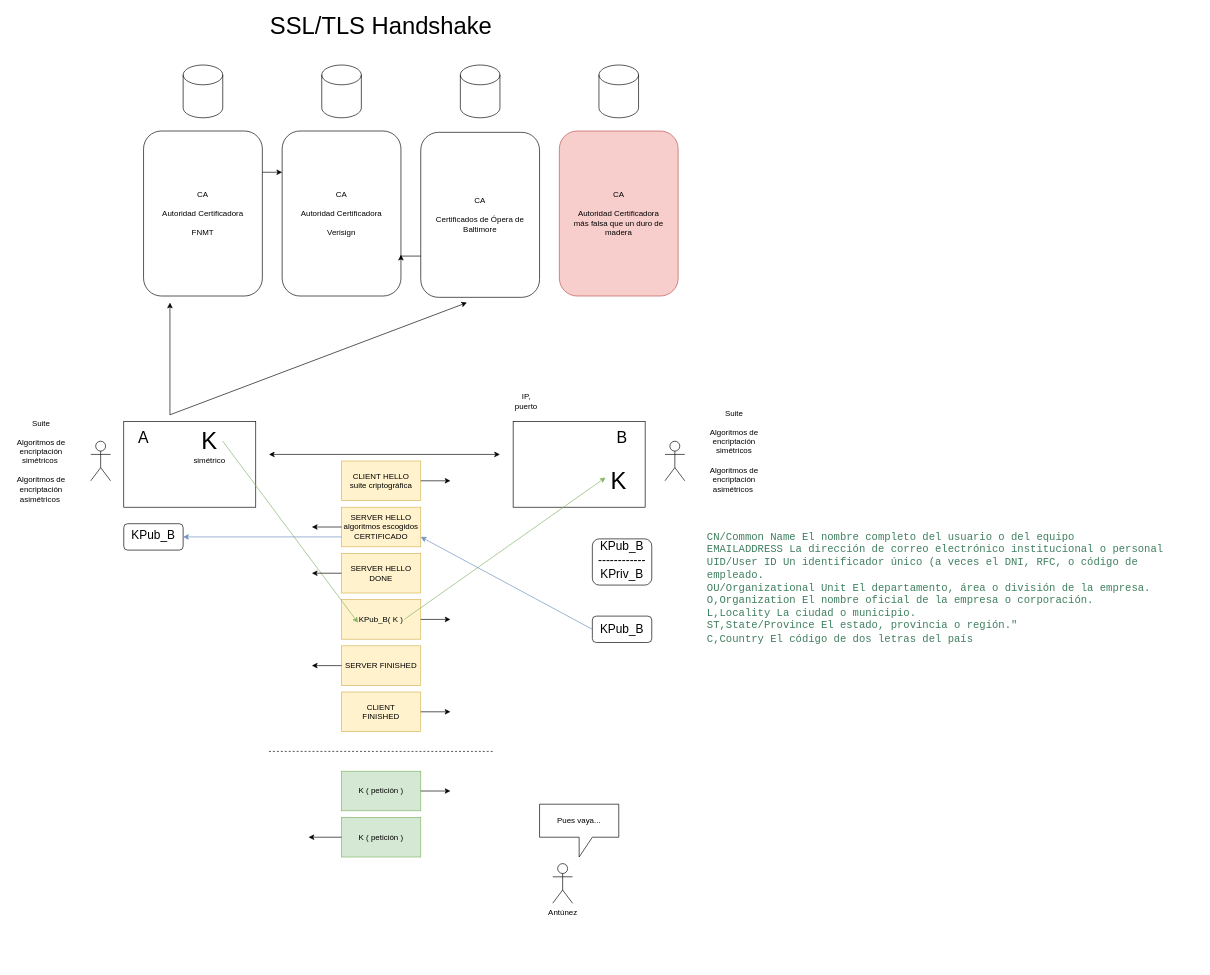
Above: page "Página-18" (15 of 34) of seguridad.drawio in lrag/seguridad_java (draw.io), before the change. Source tidied: cells renumbered, new cells numbered last; positions are measured from the earlier drawing's top-left corner, leaving out a move shared by most shapes. Both pictures are drawn from the tidied source at 66%, with x=0, y=0 at pixel (11, 18).
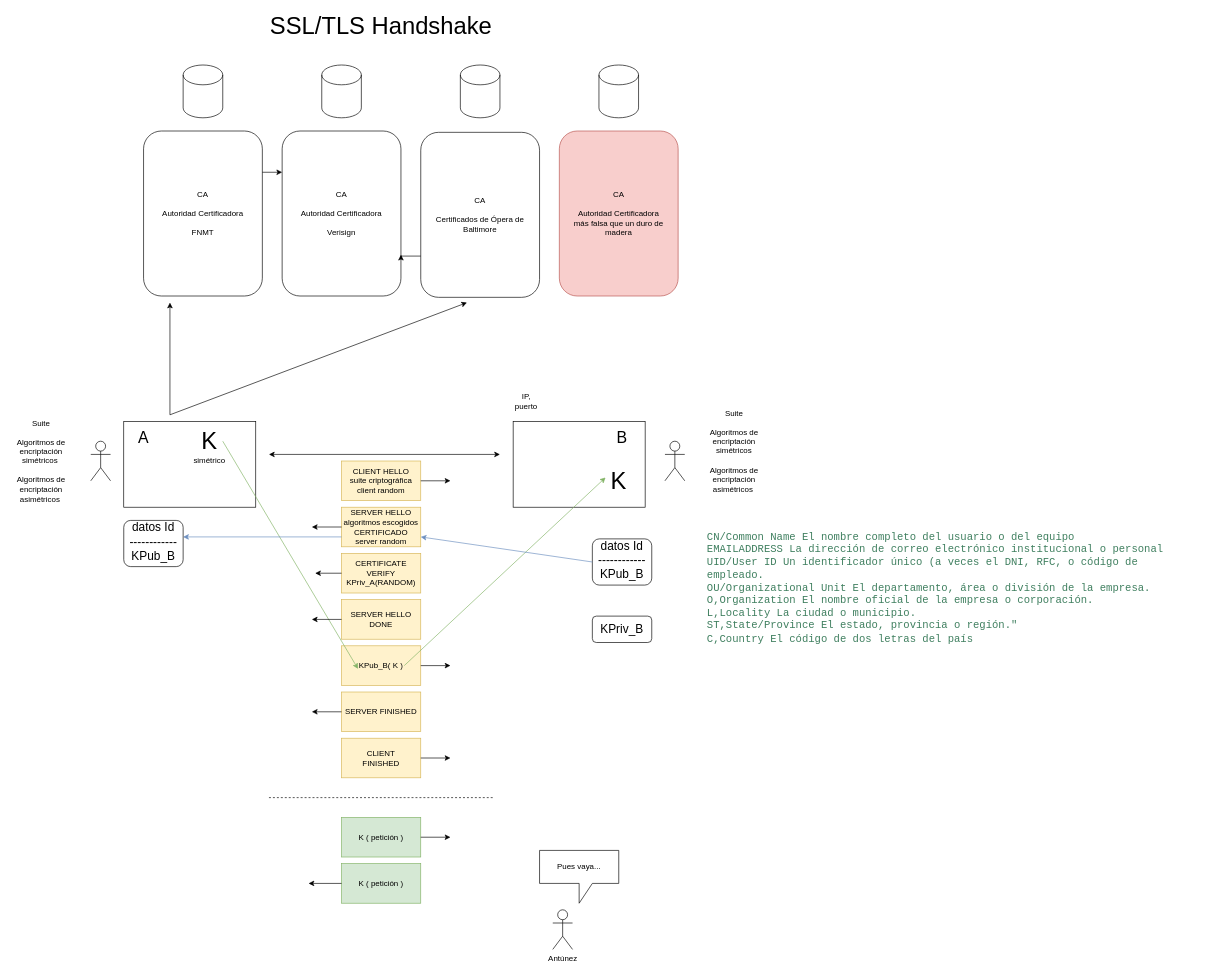
After the change.

The change refers to these unchanged cells:
```xml
<mxCell id="24" style="rounded=1;whiteSpace=wrap;html=1;fillColor=none;" parent="1" vertex="1">
  <mxGeometry x="880" y="788" width="90" height="70" as="geometry" />
</mxCell>
<mxCell id="26" style="rounded=1;whiteSpace=wrap;html=1;fillColor=none;" parent="1" vertex="1">
  <mxGeometry x="880" y="905" width="90" height="40" as="geometry" />
</mxCell>
```

Diff of the diagram source:
```diff
@@
     <mxCell id="7" value="Antúnez" style="shape=umlActor;verticalLabelPosition=bottom;verticalAlign=top;html=1;fillColor=none;" parent="1" vertex="1">
-      <mxGeometry x="820" y="1280" width="30" height="60" as="geometry" />
+      <mxGeometry x="820" y="1350" width="30" height="60" as="geometry" />
     </mxCell>
@@
-    <mxCell id="9" value="CLIENT HELLO&lt;br&gt;suite criptográfica" style="rounded=0;whiteSpace=wrap;html=1;fillColor=#fff2cc;strokeColor=#d6b656;" parent="1" vertex="1">
+    <mxCell id="9" value="CLIENT HELLO&lt;br&gt;suite criptográfica&lt;br&gt;client random" style="rounded=0;whiteSpace=wrap;html=1;fillColor=#fff2cc;strokeColor=#d6b656;" parent="1" vertex="1">
       <mxGeometry x="500" y="670" width="120" height="60" as="geometry" />
     </mxCell>
@@
-    <mxCell id="11" value="SERVER HELLO&lt;br&gt;algoritmos escogidos&lt;br&gt;CERTIFICADO" style="rounded=0;whiteSpace=wrap;html=1;fillColor=#fff2cc;strokeColor=#d6b656;" parent="1" vertex="1">
+    <mxCell id="11" value="SERVER HELLO&lt;br&gt;algoritmos escogidos&lt;br&gt;CERTIFICADO&lt;br&gt;server random" style="rounded=0;whiteSpace=wrap;html=1;fillColor=#fff2cc;strokeColor=#d6b656;" parent="1" vertex="1">
       <mxGeometry x="500" y="740" width="120" height="60" as="geometry" />
     </mxCell>
@@
-    <mxCell id="13" value="&lt;font style=&quot;font-size: 18px&quot;&gt;KPub_B&lt;br&gt;------------&lt;br&gt;KPriv_B&lt;/font&gt;" style="text;html=1;strokeColor=none;fillColor=none;align=center;verticalAlign=middle;whiteSpace=wrap;rounded=0;" parent="1" vertex="1">
+    <mxCell id="13" value="&lt;font style=&quot;font-size: 18px&quot;&gt;datos Id&lt;br&gt;------------&lt;br&gt;KPub_B&lt;/font&gt;" style="text;html=1;strokeColor=none;fillColor=none;align=center;verticalAlign=middle;whiteSpace=wrap;rounded=0;" parent="1" vertex="1">
       <mxGeometry x="880" y="788" width="90" height="66" as="geometry" />
     </mxCell>
@@
-    <mxCell id="16" value="&lt;font style=&quot;font-size: 18px&quot;&gt;KPub_B&lt;br&gt;&lt;/font&gt;" style="text;html=1;strokeColor=none;fillColor=none;align=center;verticalAlign=middle;whiteSpace=wrap;rounded=0;" parent="1" vertex="1">
-      <mxGeometry x="170" y="750" width="90" height="66" as="geometry" />
-    </mxCell>
@@
     <mxCell id="21" value="K ( petición )" style="rounded=0;whiteSpace=wrap;html=1;fillColor=#d5e8d4;strokeColor=#82b366;" parent="1" vertex="1">
-      <mxGeometry x="500" y="1140" width="120" height="60" as="geometry" />
+      <mxGeometry x="500" y="1210" width="120" height="60" as="geometry" />
     </mxCell>
     <mxCell id="22" style="endArrow=classic;html=1;exitX=1;exitY=0.5;exitDx=0;exitDy=0;" parent="1" edge="1" source="21">
       <mxGeometry relative="1" as="geometry">
-        <mxPoint x="665" y="1170" as="targetPoint" />
+        <mxPoint x="665" y="1240" as="targetPoint" />
       </mxGeometry>
     </mxCell>
     <mxCell id="23" value="Pues vaya..." style="shape=callout;whiteSpace=wrap;html=1;perimeter=calloutPerimeter;fillColor=none;" parent="1" vertex="1">
-      <mxGeometry x="800" y="1190" width="120" height="80" as="geometry" />
+      <mxGeometry x="800" y="1260" width="120" height="80" as="geometry" />
     </mxCell>
@@
-    <mxCell id="25" value="&lt;font style=&quot;font-size: 18px&quot;&gt;KPub_B&lt;br&gt;&lt;/font&gt;" style="text;html=1;strokeColor=none;fillColor=none;align=center;verticalAlign=middle;whiteSpace=wrap;rounded=0;" parent="1" vertex="1">
+    <mxCell id="25" value="&lt;font style=&quot;font-size: 18px&quot;&gt;KPriv_B&lt;br&gt;&lt;/font&gt;" style="text;html=1;strokeColor=none;fillColor=none;align=center;verticalAlign=middle;whiteSpace=wrap;rounded=0;" parent="1" vertex="1">
       <mxGeometry x="880" y="910" width="90" height="30" as="geometry" />
     </mxCell>
@@
     <mxCell id="41" style="rounded=0;whiteSpace=wrap;html=1;fillColor=#fff2cc;strokeColor=#d6b656;" parent="1" vertex="1">
-      <mxGeometry x="500" y="880" width="120" height="60" as="geometry" />
+      <mxGeometry x="500" y="950" width="120" height="60" as="geometry" />
     </mxCell>
     <mxCell id="42" style="endArrow=classic;html=1;exitX=1;exitY=0.5;exitDx=0;exitDy=0;" parent="1" edge="1" source="41">
       <mxGeometry relative="1" as="geometry">
-        <mxPoint x="665" y="910" as="targetPoint" />
+        <mxPoint x="665" y="980" as="targetPoint" />
       </mxGeometry>
     </mxCell>
     <mxCell id="43" value="KPub_B( K )" style="text;html=1;align=center;verticalAlign=middle;whiteSpace=wrap;rounded=0;" parent="1" vertex="1">
-      <mxGeometry x="525" y="900" width="70" height="20" as="geometry" />
+      <mxGeometry x="525" y="970" width="70" height="20" as="geometry" />
     </mxCell>
@@
     <mxCell id="46" value="SERVER FINISHED" style="rounded=0;whiteSpace=wrap;html=1;fillColor=#fff2cc;strokeColor=#d6b656;" parent="1" vertex="1">
-      <mxGeometry x="500" y="950" width="120" height="60" as="geometry" />
+      <mxGeometry x="500" y="1020" width="120" height="60" as="geometry" />
     </mxCell>
     <mxCell id="47" style="endArrow=classic;html=1;exitX=0;exitY=0.5;exitDx=0;exitDy=0;" parent="1" edge="1" source="46">
       <mxGeometry relative="1" as="geometry">
-        <mxPoint x="455" y="980" as="targetPoint" />
+        <mxPoint x="455" y="1050" as="targetPoint" />
       </mxGeometry>
     </mxCell>
     <mxCell id="48" style="rounded=0;whiteSpace=wrap;html=1;fillColor=#fff2cc;strokeColor=#d6b656;" parent="1" vertex="1">
-      <mxGeometry x="500" y="1020" width="120" height="60" as="geometry" />
+      <mxGeometry x="500" y="1090" width="120" height="60" as="geometry" />
     </mxCell>
     <mxCell id="49" style="endArrow=classic;html=1;exitX=1;exitY=0.5;exitDx=0;exitDy=0;" parent="1" edge="1" source="48">
       <mxGeometry relative="1" as="geometry">
-        <mxPoint x="665" y="1050" as="targetPoint" />
+        <mxPoint x="665" y="1120" as="targetPoint" />
       </mxGeometry>
     </mxCell>
     <mxCell id="50" value="CLIENT FINISHED" style="text;html=1;align=center;verticalAlign=middle;whiteSpace=wrap;rounded=0;" parent="1" vertex="1">
-      <mxGeometry x="525" y="1040" width="70" height="20" as="geometry" />
+      <mxGeometry x="525" y="1110" width="70" height="20" as="geometry" />
     </mxCell>
     <mxCell id="51" style="endArrow=none;dashed=1;html=1;" parent="1" edge="1">
       <mxGeometry relative="1" as="geometry">
-        <mxPoint x="390" y="1110" as="sourcePoint" />
-        <mxPoint x="730" y="1110" as="targetPoint" />
+        <mxPoint x="390" y="1180" as="sourcePoint" />
+        <mxPoint x="730" y="1180" as="targetPoint" />
       </mxGeometry>
     </mxCell>
     <mxCell id="52" value="K ( petición )" style="rounded=0;whiteSpace=wrap;html=1;fillColor=#d5e8d4;strokeColor=#82b366;" parent="1" vertex="1">
-      <mxGeometry x="500" y="1210" width="120" height="60" as="geometry" />
+      <mxGeometry x="500" y="1280" width="120" height="60" as="geometry" />
     </mxCell>
     <mxCell id="53" style="endArrow=classic;html=1;exitX=0;exitY=0.5;exitDx=0;exitDy=0;" parent="1" edge="1" source="52">
       <mxGeometry relative="1" as="geometry">
-        <mxPoint x="450" y="1240" as="targetPoint" />
+        <mxPoint x="450" y="1310" as="targetPoint" />
       </mxGeometry>
     </mxCell>
-    <mxCell id="54" style="rounded=1;whiteSpace=wrap;html=1;fillColor=none;" parent="1" vertex="1">
-      <mxGeometry x="170" y="765" width="90" height="40" as="geometry" />
-    </mxCell>
-    <mxCell id="55" style="endArrow=classic;html=1;rounded=0;entryX=1;entryY=0.75;entryDx=0;entryDy=0;exitX=0;exitY=0.5;exitDx=0;exitDy=0;fillColor=#dae8fc;strokeColor=#6c8ebf;" parent="1" edge="1" source="26" target="11">
+    <mxCell id="55" style="endArrow=classic;html=1;rounded=0;entryX=1;entryY=0.75;entryDx=0;entryDy=0;exitX=0;exitY=0.5;exitDx=0;exitDy=0;fillColor=#dae8fc;strokeColor=#6c8ebf;" parent="1" edge="1" source="24" target="11">
       <mxGeometry relative="1" as="geometry" />
     </mxCell>
-    <mxCell id="56" style="endArrow=classic;html=1;rounded=0;exitX=0;exitY=0.75;exitDx=0;exitDy=0;entryX=1;entryY=0.5;entryDx=0;entryDy=0;fillColor=#dae8fc;strokeColor=#6c8ebf;" parent="1" edge="1" source="11" target="54">
-      <mxGeometry relative="1" as="geometry" />
+    <mxCell id="56" style="endArrow=classic;html=1;rounded=0;exitX=0;exitY=0.75;exitDx=0;exitDy=0;entryX=1;entryY=0.5;entryDx=0;entryDy=0;fillColor=#dae8fc;strokeColor=#6c8ebf;" parent="1" edge="1" source="11">
+      <mxGeometry relative="1" as="geometry">
+        <mxPoint x="260" y="785" as="targetPoint" />
+      </mxGeometry>
     </mxCell>
     <mxCell id="57" value="SERVER HELLO&lt;br&gt;DONE" style="rounded=0;whiteSpace=wrap;html=1;fillColor=#fff2cc;strokeColor=#d6b656;" parent="1" vertex="1">
-      <mxGeometry x="500" y="810" width="120" height="60" as="geometry" />
+      <mxGeometry x="500" y="880" width="120" height="60" as="geometry" />
     </mxCell>
     <mxCell id="58" style="endArrow=classic;html=1;exitX=0;exitY=0.5;exitDx=0;exitDy=0;" parent="1" edge="1" source="57">
       <mxGeometry relative="1" as="geometry">
-        <mxPoint x="455" y="840" as="targetPoint" />
+        <mxPoint x="455" y="910" as="targetPoint" />
       </mxGeometry>
     </mxCell>
@@
+    <mxCell id="60" value="&lt;font style=&quot;font-size: 18px&quot;&gt;datos Id&lt;br&gt;------------&lt;br&gt;KPub_B&lt;/font&gt;" style="text;html=1;strokeColor=none;fillColor=none;align=center;verticalAlign=middle;whiteSpace=wrap;rounded=0;" parent="1" vertex="1">
+      <mxGeometry x="170" y="760" width="90" height="66" as="geometry" />
+    </mxCell>
+    <mxCell id="61" style="rounded=1;whiteSpace=wrap;html=1;fillColor=none;" parent="1" vertex="1">
+      <mxGeometry x="170" y="760" width="90" height="70" as="geometry" />
+    </mxCell>
+    <mxCell id="62" style="rounded=0;whiteSpace=wrap;html=1;fillColor=#fff2cc;strokeColor=#d6b656;" parent="1" vertex="1">
+      <mxGeometry x="500" y="810" width="120" height="60" as="geometry" />
+    </mxCell>
+    <mxCell id="63" value="CERTIFICATE VERIFY&lt;br&gt;KPriv_A(RANDOM)" style="text;html=1;align=center;verticalAlign=middle;whiteSpace=wrap;rounded=0;" parent="1" vertex="1">
+      <mxGeometry x="525" y="830" width="70" height="20" as="geometry" />
+    </mxCell>
+    <mxCell id="64" style="endArrow=classic;html=1;rounded=0;exitX=0;exitY=0.5;exitDx=0;exitDy=0;" parent="1" edge="1" source="62">
+      <mxGeometry relative="1" as="geometry">
+        <mxPoint x="460" y="840" as="targetPoint" />
+      </mxGeometry>
+    </mxCell>
```
